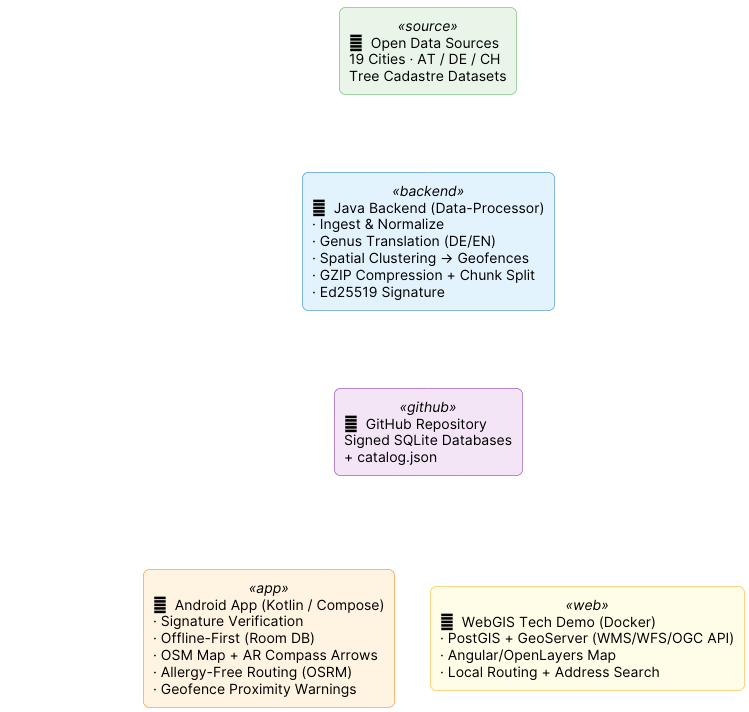
Earlier version of the PlantUML export docs/architecture/00_overview_en.png (matthili/BaumRadar).
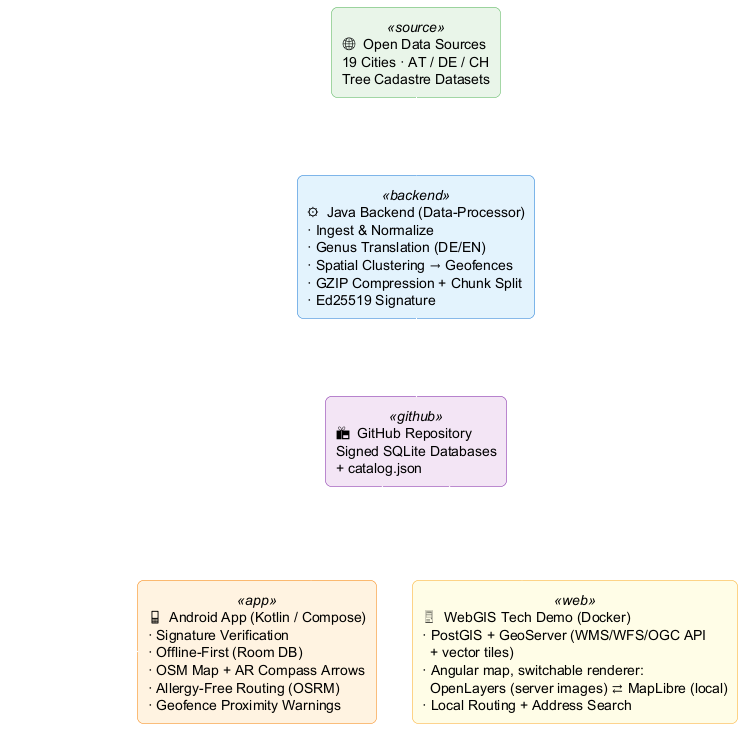
The same file after the commit.

Diff of the diagram source:
```diff
@@ -40,7 +40,7 @@
 
 rectangle "📱  Android App (Kotlin / Compose)\n· Signature Verification\n· Offline-First (Room DB)\n· OSM Map + AR Compass Arrows\n· Allergy-Free Routing (OSRM)\n· Geofence Proximity Warnings" as App <<app>>
 
-rectangle "🖥️  WebGIS Tech Demo (Docker)\n· PostGIS + GeoServer (WMS/WFS/OGC API)\n· Angular/OpenLayers Map\n· Local Routing + Address Search" as Web <<web>>
+rectangle "🖥️  WebGIS Tech Demo (Docker)\n· PostGIS + GeoServer (WMS/WFS/OGC API\n  + vector tiles)\n· Angular map, switchable renderer:\n  OpenLayers (server images) ⇄ MapLibre (local)\n· Local Routing + Address Search" as Web <<web>>
 
 actor "User\n(Allergy Profile)" as User
 
```
